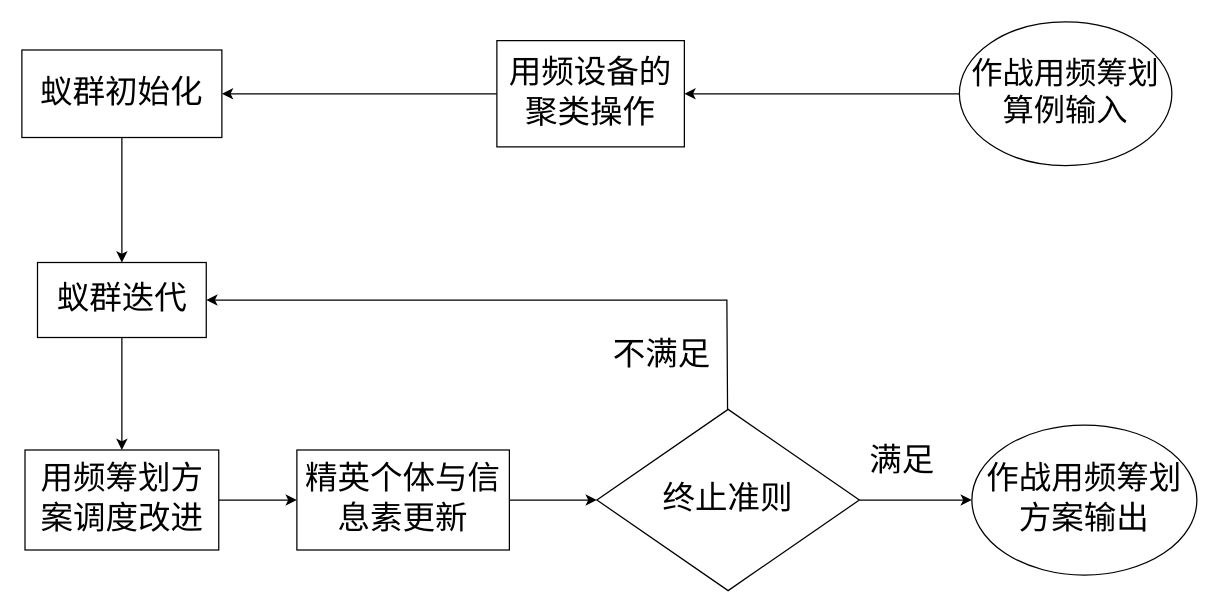
The draw.io diagram first.drawio in liuming14/-, before the edit. Source tidied: cells renumbered, new cells numbered last; positions are measured from the earlier drawing's top-left corner, leaving out a move shared by most shapes. Both pictures are drawn from the tidied source at 125%, with x=0, y=0 at pixel (21, 21).
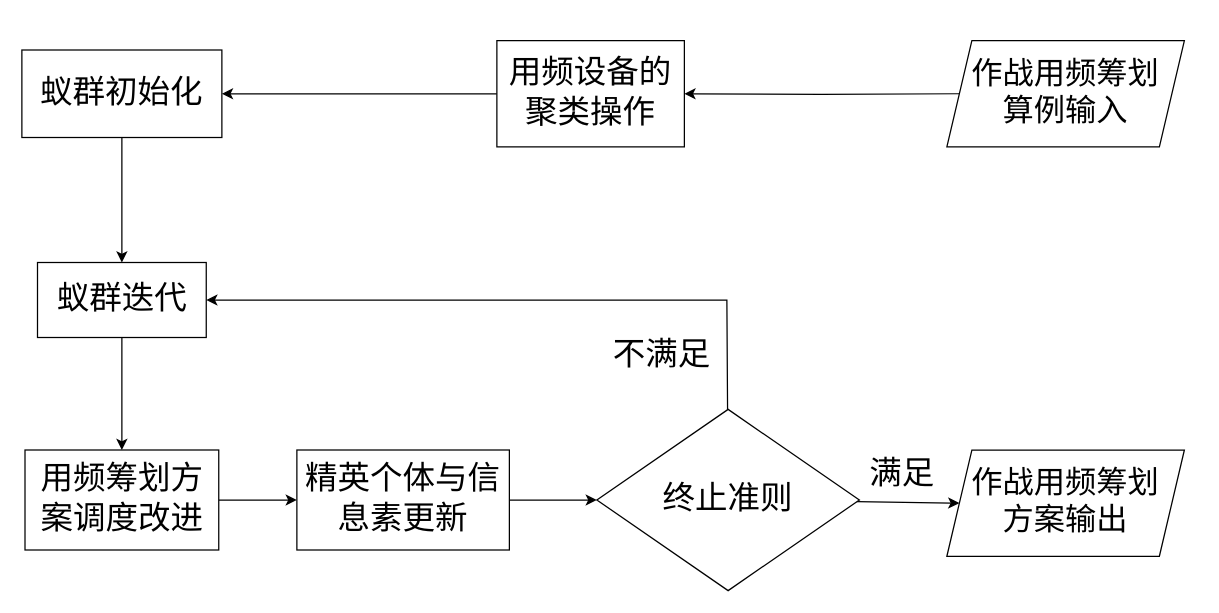
The same page after the edit.

The change refers to these unchanged cells:
```xml
<mxCell id="3" value="&lt;div align=&quot;center&quot;&gt;&lt;pre&gt;&lt;font style=&quot;font-size: 26px&quot;&gt;用频设备的&lt;br&gt;&lt;/font&gt;&lt;font style=&quot;font-size: 26px&quot;&gt;  聚类操作  &lt;/font&gt;&lt;/pre&gt;&lt;/div&gt;" style="rounded=0;whiteSpace=wrap;html=1;align=center;" parent="1" vertex="1">
  <mxGeometry x="380" y="15" width="150" height="85" as="geometry" />
</mxCell>
<mxCell id="15" value="&lt;div align=&quot;center&quot;&gt;&lt;pre&gt;&lt;font style=&quot;font-size: 26px&quot;&gt;  终止准则  &lt;/font&gt;&lt;/pre&gt;&lt;/div&gt;" style="rhombus;whiteSpace=wrap;html=1;rounded=0;align=center;" parent="1" vertex="1">
  <mxGeometry x="460" y="310" width="210" height="145" as="geometry" />
</mxCell>
```

Change to the diagram source:
```diff
@@
-    <mxCell id="13" style="edgeStyle=none;rounded=0;jettySize=auto;html=1;" parent="1" edge="1" source="15">
-      <mxGeometry relative="1" as="geometry">
-        <mxPoint x="760" y="382.5" as="targetPoint" />
-      </mxGeometry>
+    <mxCell id="13" style="edgeStyle=none;rounded=0;jettySize=auto;html=1;entryX=0;entryY=0.5;entryDx=0;entryDy=0;" parent="1" edge="1" source="15" target="18">
+      <mxGeometry relative="1" as="geometry" />
     </mxCell>
@@
     <mxCell id="17" value="&lt;pre&gt;&lt;font style=&quot;font-size: 26px&quot;&gt;满足  &lt;/font&gt;&lt;/pre&gt;" style="text;html=1;strokeColor=none;fillColor=none;align=center;verticalAlign=middle;whiteSpace=wrap;rounded=0;" parent="1" vertex="1">
-      <mxGeometry x="630" y="292.5" width="180" height="120" as="geometry" />
+      <mxGeometry x="630" y="302.5" width="180" height="120" as="geometry" />
     </mxCell>
-    <mxCell id="18" value="&lt;div&gt;&lt;pre&gt;&lt;font style=&quot;font-size: 26px&quot;&gt;作战用频筹划&lt;br&gt;方案输出&lt;/font&gt;&lt;/pre&gt;&lt;/div&gt;" style="ellipse;whiteSpace=wrap;html=1;rounded=0;" parent="1" vertex="1">
-      <mxGeometry x="760" y="322.5" width="180" height="120" as="geometry" />
-    </mxCell>
-    <mxCell id="19" style="edgeStyle=orthogonalEdgeStyle;rounded=0;jettySize=auto;html=1;entryX=1;entryY=0.5;entryDx=0;entryDy=0;" parent="1" edge="1" source="20" target="3">
-      <mxGeometry relative="1" as="geometry" />
+    <mxCell id="19" style="edgeStyle=orthogonalEdgeStyle;rounded=0;jettySize=auto;html=1;entryX=1;entryY=0.5;entryDx=0;entryDy=0;" parent="1" edge="1" target="3">
+      <mxGeometry relative="1" as="geometry">
+        <mxPoint x="750" y="57.5" as="sourcePoint" />
+      </mxGeometry>
     </mxCell>
-    <mxCell id="20" value="&lt;div style=&quot;font-size: 25px&quot;&gt;&lt;pre&gt;&lt;font style=&quot;font-size: 25px&quot;&gt;作战用频筹划&lt;br&gt;算例输入&lt;/font&gt;&lt;/pre&gt;&lt;/div&gt;" style="ellipse;whiteSpace=wrap;html=1;rounded=0;" parent="1" vertex="1">
-      <mxGeometry x="750" width="170" height="115" as="geometry" />
+    <mxCell id="20" value="&lt;div style=&quot;font-size: 25px&quot;&gt;&lt;pre&gt;&lt;font style=&quot;font-size: 25px&quot;&gt;作战用频筹划&lt;br&gt;算例输入&lt;/font&gt;&lt;/pre&gt;&lt;/div&gt;" style="shape=parallelogram;perimeter=parallelogramPerimeter;whiteSpace=wrap;html=1;fixedSize=1;" parent="1" vertex="1">
+      <mxGeometry x="740" y="15" width="190" height="85" as="geometry" />
     </mxCell>
+    <mxCell id="18" value="&lt;div style=&quot;font-size: 25px&quot;&gt;&lt;pre&gt;&lt;font style=&quot;font-size: 25px&quot;&gt;作战用频筹划&lt;br&gt;方案输出&lt;/font&gt;&lt;/pre&gt;&lt;/div&gt;" style="shape=parallelogram;perimeter=parallelogramPerimeter;whiteSpace=wrap;html=1;fixedSize=1;" parent="1" vertex="1">
+      <mxGeometry x="740" y="342.5" width="190" height="85" as="geometry" />
+    </mxCell>
```
